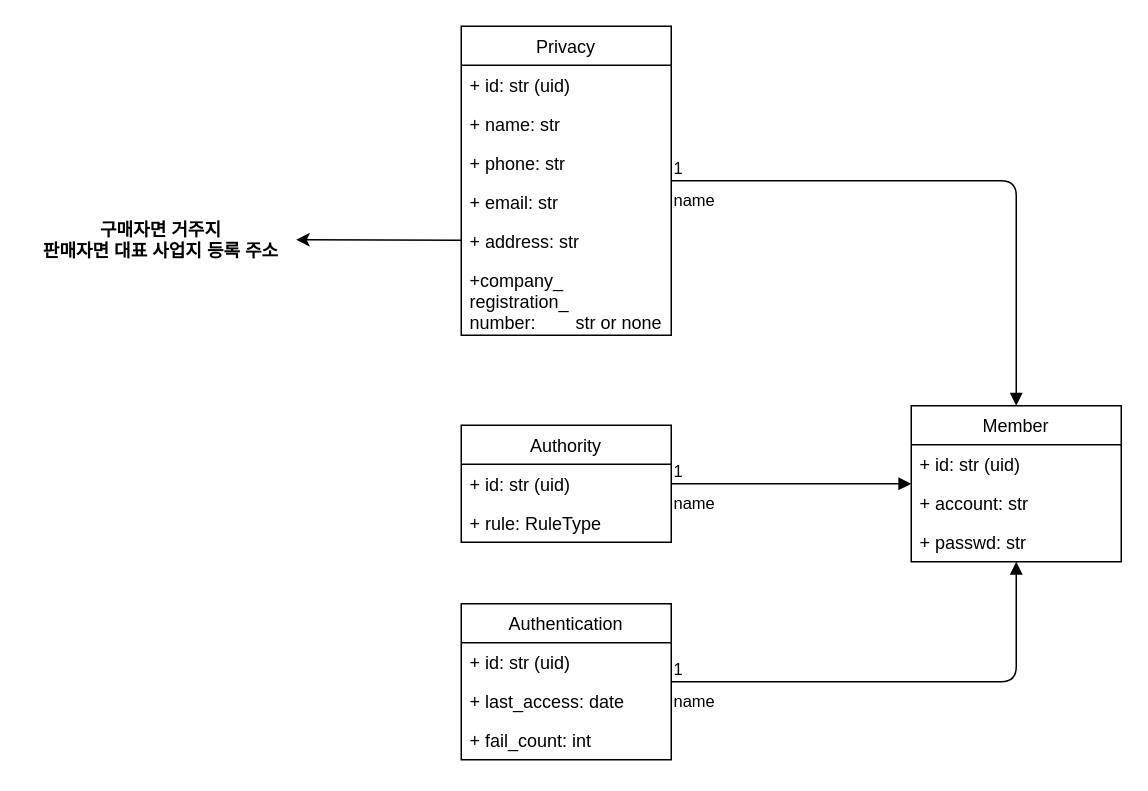
Before: docs/domain-member-dto.drawio in CHWI-JI-JIG/Backend, a draw.io diagram. Source tidied: cells renumbered, new cells numbered last; positions are measured from the earlier drawing's top-left corner, leaving out a move shared by most shapes. Both pictures are drawn from the tidied source at 150%, with x=0, y=0 at pixel (26, 26).
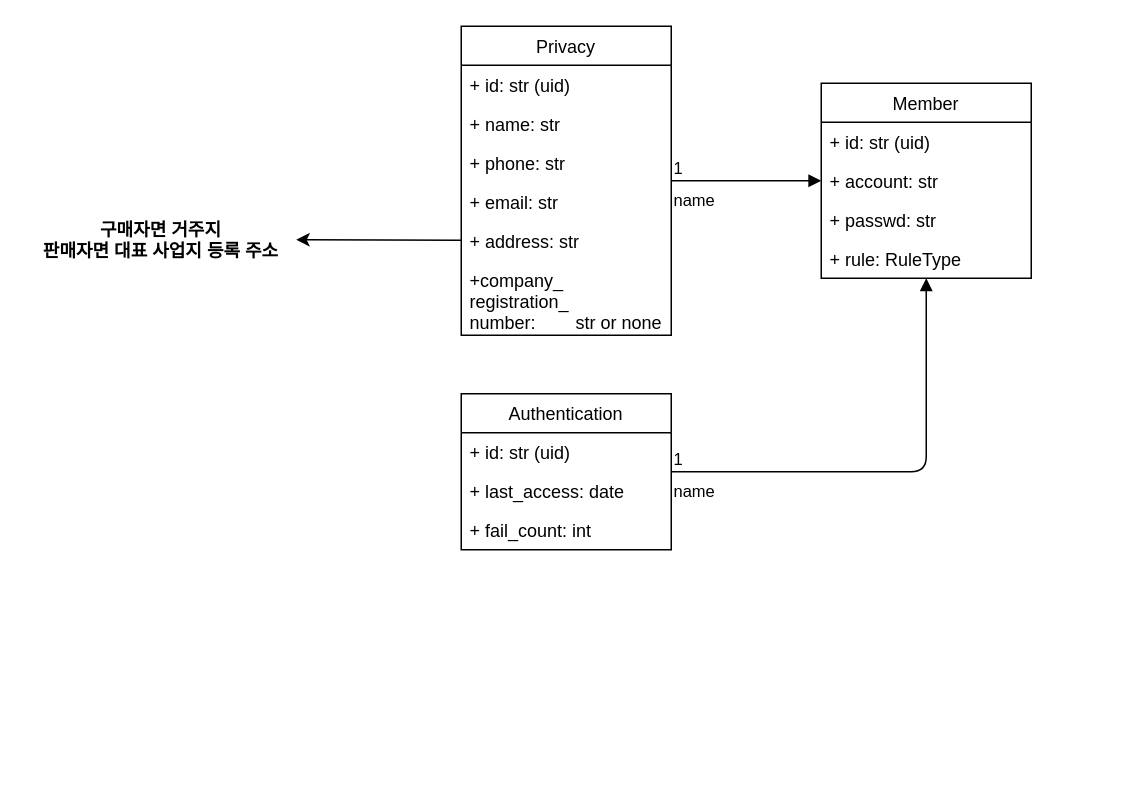
The same page after the edit.

Commit message:
📝 docs : Change member-dto

authority를 member에 통합

Change to the diagram source:
```diff
@@
     <mxCell id="2" value="Member" style="swimlane;fontStyle=0;horizontal=1;startSize=26;fillColor=none;" parent="1" vertex="1">
-      <mxGeometry x="590" y="253" width="140" height="104" as="geometry" />
+      <mxGeometry x="530" y="38" width="140" height="130" as="geometry" />
     </mxCell>
@@
+    <mxCell id="17" value="+ rule: RuleType" style="text;strokeColor=none;fillColor=none;align=left;verticalAlign=top;spacingLeft=4;spacingRight=4;overflow=hidden;" parent="2" vertex="1">
+      <mxGeometry y="104" width="140" height="26" as="geometry" />
+    </mxCell>
@@
-    <mxCell id="15" value="Authority" style="swimlane;fontStyle=0;horizontal=1;startSize=26;fillColor=none;" parent="1" vertex="1">
-      <mxGeometry x="290" y="266" width="140" height="78" as="geometry" />
-    </mxCell>
-    <mxCell id="16" value="+ id: str (uid)" style="text;strokeColor=none;fillColor=none;align=left;verticalAlign=top;spacingLeft=4;spacingRight=4;overflow=hidden;" parent="15" vertex="1">
-      <mxGeometry y="26" width="140" height="26" as="geometry" />
-    </mxCell>
-    <mxCell id="17" value="+ rule: RuleType" style="text;strokeColor=none;fillColor=none;align=left;verticalAlign=top;spacingLeft=4;spacingRight=4;overflow=hidden;" parent="15" vertex="1">
-      <mxGeometry y="52" width="140" height="26" as="geometry" />
-    </mxCell>
@@
-    <mxCell id="20" value="name" style="endArrow=block;endFill=1;html=1;edgeStyle=orthogonalEdgeStyle;align=left;verticalAlign=top;" parent="1" edge="1" source="15" target="2">
-      <mxGeometry x="-1" relative="1" as="geometry" />
-    </mxCell>
-    <mxCell id="21" value="1" style="edgeLabel;html=1;align=left;verticalAlign=bottom;" parent="20" vertex="1">
-      <mxGeometry x="-1" relative="1" as="geometry" />
-    </mxCell>
     <mxCell id="22" value="Authentication" style="swimlane;fontStyle=0;horizontal=1;startSize=26;fillColor=none;" parent="1" vertex="1">
-      <mxGeometry x="290" y="385" width="140" height="104" as="geometry" />
+      <mxGeometry x="290" y="245" width="140" height="104" as="geometry" />
     </mxCell>
```
